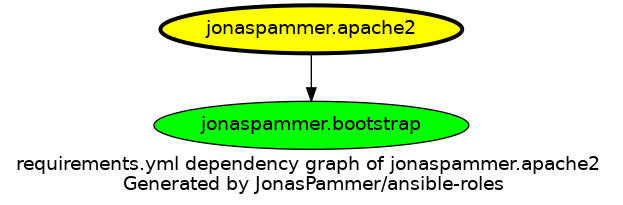
The Graphviz diagram graphs/dependencies_apache2.png in JonasPammer/ansible-roles, before a commit. Its source is kept beside it as graphs/dependencies_apache2.dot.
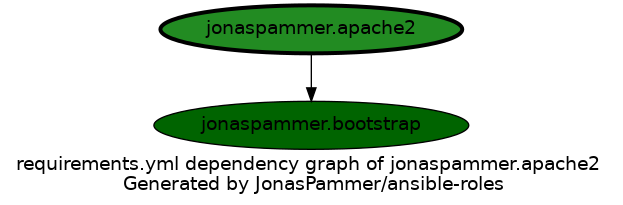
Above is the later version.

Change to the diagram source:
```diff
@@ -3,8 +3,8 @@
   overlap=false
 
   {
-    "jonaspammer.apache2" [fillcolor=yellow style=filled penwidth=3]
-    "jonaspammer.bootstrap" [fillcolor=green style=filled ]
+    "jonaspammer.apache2" [fillcolor=forestgreen style=filled penwidth=3]
+    "jonaspammer.bootstrap" [fillcolor=darkgreen style=filled ]
   }
 
 
```
